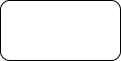
The draw.io diagram YouRide.drawio.png in vigonin83/vigonin83, before a commit. Source tidied: cells renumbered, new cells last; positions are measured from the earlier drawing's top-left corner, leaving out a move shared by most shapes.
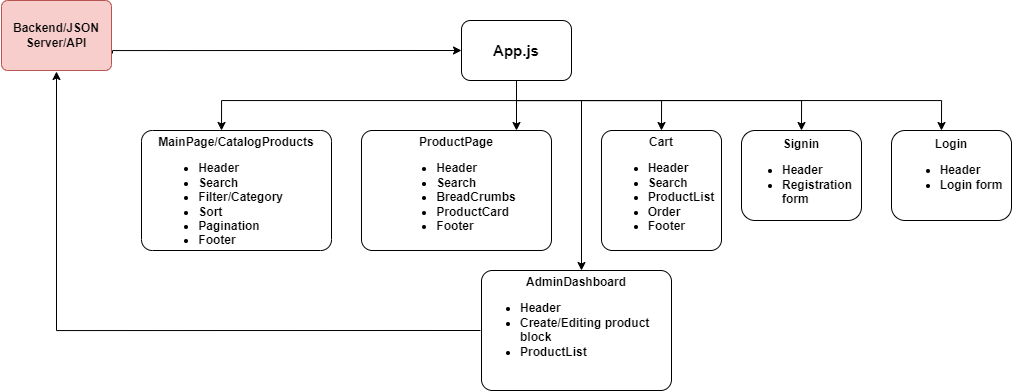
Above is the later version.

The edit, as a diff of the source:
```diff
@@ -2,8 +2,84 @@
   <root>
     <mxCell id="0" />
     <mxCell id="1" parent="0" />
+    <mxCell id="3" style="edgeStyle=orthogonalEdgeStyle;rounded=0;orthogonalLoop=1;jettySize=auto;html=1;fontSize=15;entryX=0.5;entryY=0;entryDx=0;entryDy=0;" parent="1" edge="1">
+      <mxGeometry relative="1" as="geometry">
+        <mxPoint x="120" y="80" as="sourcePoint" />
+        <mxPoint x="120" y="250" as="targetPoint" />
+      </mxGeometry>
+    </mxCell>
+    <mxCell id="4" style="edgeStyle=orthogonalEdgeStyle;rounded=0;jettySize=auto;html=1;exitX=0.5;exitY=1;exitDx=0;exitDy=0;fontSize=15;" parent="1" edge="1" source="2">
+      <mxGeometry relative="1" as="geometry">
+        <mxPoint x="55" y="110" as="targetPoint" />
+      </mxGeometry>
+    </mxCell>
+    <mxCell id="5" style="edgeStyle=orthogonalEdgeStyle;rounded=0;jettySize=auto;html=1;exitX=0.5;exitY=1;exitDx=0;exitDy=0;entryX=0.6;entryY=0;entryDx=0;entryDy=0;entryPerimeter=0;fontSize=15;" parent="1" edge="1" source="2">
+      <mxGeometry relative="1" as="geometry">
+        <mxPoint x="480" y="110" as="targetPoint" />
+        <Array as="points">
+          <mxPoint x="55" y="80" />
+          <mxPoint x="480" y="80" />
+        </Array>
+      </mxGeometry>
+    </mxCell>
+    <mxCell id="6" style="edgeStyle=orthogonalEdgeStyle;rounded=0;jettySize=auto;html=1;exitX=0.5;exitY=1;exitDx=0;exitDy=0;entryX=0.422;entryY=0.008;entryDx=0;entryDy=0;entryPerimeter=0;fontSize=15;" parent="1" edge="1" source="2" target="8">
+      <mxGeometry relative="1" as="geometry">
+        <Array as="points">
+          <mxPoint x="55" y="80" />
+          <mxPoint x="-240" y="80" />
+        </Array>
+      </mxGeometry>
+    </mxCell>
+    <mxCell id="7" style="edgeStyle=orthogonalEdgeStyle;rounded=0;jettySize=auto;html=1;exitX=0.5;exitY=1;exitDx=0;exitDy=0;entryX=0.5;entryY=0;entryDx=0;entryDy=0;fontSize=12;" parent="1" edge="1" source="2" target="9">
+      <mxGeometry relative="1" as="geometry">
+        <Array as="points">
+          <mxPoint x="55" y="80" />
+          <mxPoint x="340" y="80" />
+        </Array>
+      </mxGeometry>
+    </mxCell>
-    <mxCell id="2" style="rounded=1;whiteSpace=wrap;html=1;shadow=0;glass=0;sketch=0;startSize=44;strokeColor=default;gradientColor=none;" parent="1" vertex="1">
-      <mxGeometry width="120" height="60" as="geometry" />
+    <mxCell id="2" value="&lt;b&gt;&lt;font style=&quot;font-size: 15px;&quot;&gt;App.js&lt;/font&gt;&lt;/b&gt;" style="rounded=1;whiteSpace=wrap;html=1;shadow=0;glass=0;sketch=0;startSize=44;strokeColor=default;gradientColor=none;" parent="1" vertex="1">
+      <mxGeometry width="110" height="60" as="geometry" />
     </mxCell>
+    <mxCell id="8" value="&lt;b&gt;MainPage/CatalogProducts&lt;br&gt;&lt;ul&gt;&lt;li style=&quot;text-align: left;&quot;&gt;&lt;span style=&quot;background-color: initial; font-weight: bold;&quot;&gt;Header&lt;/span&gt;&lt;/li&gt;&lt;li style=&quot;text-align: left;&quot;&gt;&lt;span style=&quot;background-color: initial; font-weight: bold;&quot;&gt;Search&lt;/span&gt;&lt;/li&gt;&lt;li style=&quot;text-align: left;&quot;&gt;&lt;span style=&quot;background-color: initial; font-weight: bold;&quot;&gt;Filter/Category&lt;/span&gt;&lt;/li&gt;&lt;li style=&quot;text-align: left;&quot;&gt;&lt;span style=&quot;background-color: initial; font-weight: bold;&quot;&gt;Sort&lt;/span&gt;&lt;/li&gt;&lt;li style=&quot;text-align: left;&quot;&gt;&lt;span style=&quot;background-color: initial; font-weight: bold;&quot;&gt;Pagination&lt;/span&gt;&lt;/li&gt;&lt;li style=&quot;text-align: left;&quot;&gt;&lt;span style=&quot;background-color: initial; font-weight: bold;&quot;&gt;Footer&lt;/span&gt;&lt;/li&gt;&lt;/ul&gt;&lt;/b&gt;" style="rounded=1;whiteSpace=wrap;shadow=0;glass=0;sketch=0;startSize=44;strokeColor=default;gradientColor=none;fillStyle=auto;strokeWidth=1;perimeterSpacing=1;labelBackgroundColor=none;verticalAlign=top;horizontal=1;labelPosition=center;verticalLabelPosition=middle;align=center;labelBorderColor=none;html=1;spacingTop=0;spacing=0;spacingLeft=0;arcSize=9;" parent="1" vertex="1">
+      <mxGeometry x="-320" y="110" width="190" height="120" as="geometry" />
+    </mxCell>
+    <mxCell id="9" value="&lt;font style=&quot;&quot;&gt;&lt;b&gt;Signin&lt;br&gt;&lt;ul&gt;&lt;li style=&quot;text-align: left;&quot;&gt;&lt;span style=&quot;background-color: initial;&quot;&gt;Header&lt;/span&gt;&lt;/li&gt;&lt;li style=&quot;text-align: left;&quot;&gt;Registration form&lt;/li&gt;&lt;/ul&gt;&lt;/b&gt;&lt;/font&gt;" style="rounded=1;whiteSpace=wrap;html=1;shadow=0;glass=0;sketch=0;startSize=44;strokeColor=default;gradientColor=none;verticalAlign=top;" parent="1" vertex="1">
+      <mxGeometry x="280" y="110" width="120" height="90" as="geometry" />
+    </mxCell>
+    <mxCell id="10" style="edgeStyle=orthogonalEdgeStyle;rounded=0;jettySize=auto;html=1;exitX=0.5;exitY=1;exitDx=0;exitDy=0;fontSize=15;" parent="1" edge="1" source="2">
+      <mxGeometry relative="1" as="geometry">
+        <mxPoint x="200" y="110" as="targetPoint" />
+        <Array as="points">
+          <mxPoint x="55" y="80" />
+          <mxPoint x="200" y="80" />
+        </Array>
+      </mxGeometry>
+    </mxCell>
+    <mxCell id="11" value="&lt;b&gt;ProductPage&lt;br&gt;&lt;ul&gt;&lt;li style=&quot;text-align: left;&quot;&gt;&lt;span style=&quot;background-color: initial; font-weight: bold;&quot;&gt;Header&lt;/span&gt;&lt;/li&gt;&lt;li style=&quot;text-align: left;&quot;&gt;&lt;span style=&quot;background-color: initial; font-weight: bold;&quot;&gt;Search&lt;/span&gt;&lt;/li&gt;&lt;li style=&quot;text-align: left;&quot;&gt;BreadCrumbs&lt;/li&gt;&lt;li style=&quot;text-align: left;&quot;&gt;ProductCard&lt;/li&gt;&lt;li style=&quot;text-align: left;&quot;&gt;&lt;span style=&quot;background-color: initial; font-weight: bold;&quot;&gt;Footer&lt;/span&gt;&lt;/li&gt;&lt;/ul&gt;&lt;/b&gt;" style="rounded=1;whiteSpace=wrap;shadow=0;glass=0;sketch=0;startSize=44;strokeColor=default;gradientColor=none;fillStyle=auto;strokeWidth=1;perimeterSpacing=1;labelBackgroundColor=none;verticalAlign=top;horizontal=1;labelPosition=center;verticalLabelPosition=middle;align=center;labelBorderColor=none;html=1;spacingTop=0;spacing=0;spacingLeft=0;arcSize=9;" parent="1" vertex="1">
+      <mxGeometry x="-100" y="110" width="190" height="120" as="geometry" />
+    </mxCell>
+    <mxCell id="12" value="&lt;b&gt;Cart&lt;br&gt;&lt;ul&gt;&lt;li style=&quot;text-align: left;&quot;&gt;&lt;span style=&quot;background-color: initial; font-weight: bold;&quot;&gt;Header&lt;/span&gt;&lt;/li&gt;&lt;li style=&quot;text-align: left;&quot;&gt;&lt;span style=&quot;background-color: initial; font-weight: bold;&quot;&gt;Search&lt;/span&gt;&lt;/li&gt;&lt;li style=&quot;text-align: left;&quot;&gt;ProductList&lt;/li&gt;&lt;li style=&quot;text-align: left;&quot;&gt;Order&lt;/li&gt;&lt;li style=&quot;text-align: left;&quot;&gt;&lt;span style=&quot;background-color: initial; font-weight: bold;&quot;&gt;Footer&lt;/span&gt;&lt;/li&gt;&lt;/ul&gt;&lt;/b&gt;" style="rounded=1;whiteSpace=wrap;shadow=0;glass=0;sketch=0;startSize=44;strokeColor=default;gradientColor=none;fillStyle=auto;strokeWidth=1;perimeterSpacing=1;labelBackgroundColor=none;verticalAlign=top;horizontal=1;labelPosition=center;verticalLabelPosition=middle;align=center;labelBorderColor=none;html=1;spacingTop=0;spacing=0;spacingLeft=0;arcSize=9;" parent="1" vertex="1">
+      <mxGeometry x="140" y="110" width="120" height="120" as="geometry" />
+    </mxCell>
+    <mxCell id="13" style="edgeStyle=orthogonalEdgeStyle;rounded=0;jettySize=auto;html=1;exitX=0;exitY=0.5;exitDx=0;exitDy=0;entryX=0.5;entryY=1;entryDx=0;entryDy=0;fontSize=15;" parent="1" edge="1" source="14" target="16">
+      <mxGeometry relative="1" as="geometry" />
+    </mxCell>
+    <mxCell id="14" value="&lt;b&gt;AdminDashboard&lt;br&gt;&lt;ul&gt;&lt;li style=&quot;text-align: left;&quot;&gt;&lt;span style=&quot;background-color: initial; font-weight: bold;&quot;&gt;Header&lt;/span&gt;&lt;/li&gt;&lt;li style=&quot;text-align: left;&quot;&gt;Create/Editing product block&lt;/li&gt;&lt;li style=&quot;text-align: left;&quot;&gt;ProductList&lt;/li&gt;&lt;/ul&gt;&lt;/b&gt;" style="rounded=1;whiteSpace=wrap;shadow=0;glass=0;sketch=0;startSize=44;strokeColor=default;gradientColor=none;fillStyle=auto;strokeWidth=1;perimeterSpacing=1;labelBackgroundColor=none;verticalAlign=top;horizontal=1;labelPosition=center;verticalLabelPosition=middle;align=center;labelBorderColor=none;html=1;spacingTop=0;spacing=0;spacingLeft=0;arcSize=9;" parent="1" vertex="1">
+      <mxGeometry x="20" y="250" width="190" height="120" as="geometry" />
+    </mxCell>
+    <mxCell id="15" style="edgeStyle=orthogonalEdgeStyle;rounded=0;jettySize=auto;html=1;exitX=1;exitY=0.75;exitDx=0;exitDy=0;entryX=0;entryY=0.5;entryDx=0;entryDy=0;fontSize=15;" parent="1" edge="1" source="16" target="2">
+      <mxGeometry relative="1" as="geometry">
+        <Array as="points">
+          <mxPoint x="-349" y="30" />
+        </Array>
+      </mxGeometry>
+    </mxCell>
+    <mxCell id="16" value="&lt;b&gt;Backend/JSON Server/API&lt;/b&gt;" style="rounded=1;whiteSpace=wrap;shadow=0;glass=0;sketch=0;startSize=44;fillStyle=auto;strokeWidth=1;perimeterSpacing=1;labelBackgroundColor=none;verticalAlign=middle;horizontal=1;labelPosition=center;verticalLabelPosition=middle;align=center;labelBorderColor=none;html=1;spacingTop=0;spacing=0;spacingLeft=0;arcSize=9;fillColor=#f8cecc;strokeColor=#b85450;" parent="1" vertex="1">
+      <mxGeometry x="-460" y="-20" width="110" height="70" as="geometry" />
+    </mxCell>
+    <mxCell id="17" value="&lt;font style=&quot;&quot;&gt;&lt;b&gt;Login&lt;br&gt;&lt;ul&gt;&lt;li style=&quot;text-align: left;&quot;&gt;&lt;span style=&quot;background-color: initial;&quot;&gt;Header&lt;/span&gt;&lt;/li&gt;&lt;li style=&quot;text-align: left;&quot;&gt;Login form&lt;/li&gt;&lt;/ul&gt;&lt;/b&gt;&lt;/font&gt;" style="rounded=1;whiteSpace=wrap;html=1;shadow=0;glass=0;sketch=0;startSize=44;strokeColor=default;gradientColor=none;verticalAlign=top;" parent="1" vertex="1">
+      <mxGeometry x="430" y="110" width="120" height="90" as="geometry" />
+    </mxCell>
   </root>
 </mxGraphModel>
```
